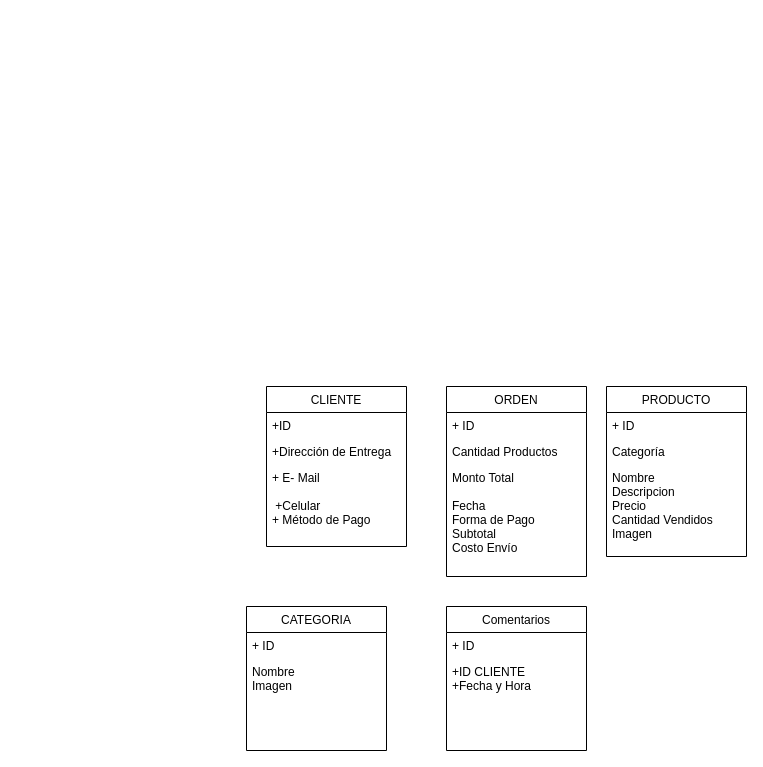
renzodang/renzodang.github.io keeps this draw.io diagram as Diagrama sin título.drawio. Above is the earlier version. Source tidied: cells renumbered, new cells numbered last; positions are measured from the earlier drawing's top-left corner, leaving out a move shared by most shapes. Both pictures are drawn from the tidied source at 100%, with x=0, y=0 at pixel (246, 386).
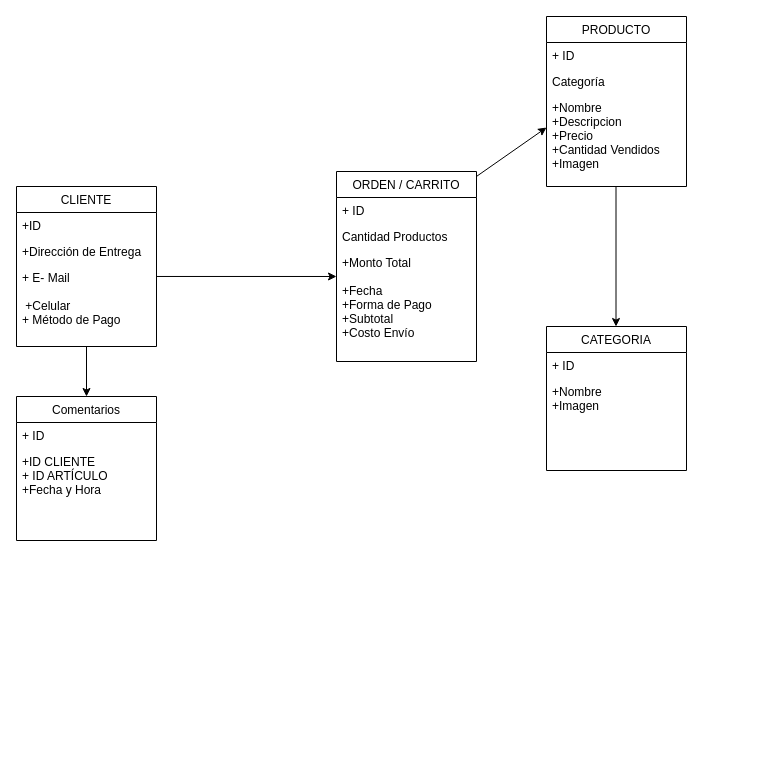
After the change.

The change refers to these unchanged cells:
```xml
<mxCell id="5" value="+ E- Mail&#10;&#10; +Celular&#10;+ Método de Pago" style="text;strokeColor=none;fillColor=none;align=left;verticalAlign=top;spacingLeft=4;spacingRight=4;overflow=hidden;points=[[0,0.5],[1,0.5]];portConstraint=eastwest;" parent="2" vertex="1">
  <mxGeometry y="78" width="140" height="82" as="geometry" />
</mxCell>
```

The edit, as a diff of the source:
```diff
@@
     <mxCell id="2" value="CLIENTE" style="swimlane;fontStyle=0;horizontal=1;startSize=26;fillColor=none;" parent="1" vertex="1">
-      <mxGeometry x="20" width="140" height="160" as="geometry" />
+      <mxGeometry x="-230" y="-200" width="140" height="160" as="geometry" />
     </mxCell>
@@
-    <mxCell id="6" value="ORDEN" style="swimlane;fontStyle=0;horizontal=1;startSize=26;fillColor=none;" parent="1" vertex="1">
-      <mxGeometry x="200" width="140" height="190" as="geometry" />
+    <mxCell id="6" value="ORDEN / CARRITO" style="swimlane;fontStyle=0;horizontal=1;startSize=26;fillColor=none;" parent="1" vertex="1">
+      <mxGeometry x="90" y="-215" width="140" height="190" as="geometry" />
     </mxCell>
@@
-    <mxCell id="9" value="Monto Total&#10;&#10;Fecha&#10;Forma de Pago&#10;Subtotal&#10;Costo Envío" style="text;strokeColor=none;fillColor=none;align=left;verticalAlign=top;spacingLeft=4;spacingRight=4;overflow=hidden;points=[[0,0.5],[1,0.5]];portConstraint=eastwest;" parent="6" vertex="1">
+    <mxCell id="9" value="+Monto Total&#10;&#10;+Fecha&#10;+Forma de Pago&#10;+Subtotal&#10;+Costo Envío" style="text;strokeColor=none;fillColor=none;align=left;verticalAlign=top;spacingLeft=4;spacingRight=4;overflow=hidden;points=[[0,0.5],[1,0.5]];portConstraint=eastwest;" parent="6" vertex="1">
       <mxGeometry y="78" width="140" height="112" as="geometry" />
     </mxCell>
     <mxCell id="10" value="PRODUCTO" style="swimlane;fontStyle=0;horizontal=1;startSize=26;fillColor=none;" parent="1" vertex="1">
-      <mxGeometry x="360" width="140" height="170" as="geometry" />
+      <mxGeometry x="300" y="-370" width="140" height="170" as="geometry" />
     </mxCell>
@@
-    <mxCell id="13" value="Nombre&#10;Descripcion&#10;Precio&#10;Cantidad Vendidos&#10;Imagen" style="text;strokeColor=none;fillColor=none;align=left;verticalAlign=top;spacingLeft=4;spacingRight=4;overflow=hidden;points=[[0,0.5],[1,0.5]];portConstraint=eastwest;" parent="10" vertex="1">
+    <mxCell id="13" value="+Nombre&#10;+Descripcion&#10;+Precio&#10;+Cantidad Vendidos&#10;+Imagen" style="text;strokeColor=none;fillColor=none;align=left;verticalAlign=top;spacingLeft=4;spacingRight=4;overflow=hidden;points=[[0,0.5],[1,0.5]];portConstraint=eastwest;" parent="10" vertex="1">
       <mxGeometry y="78" width="140" height="92" as="geometry" />
     </mxCell>
     <mxCell id="14" value="CATEGORIA" style="swimlane;fontStyle=0;horizontal=1;startSize=26;fillColor=none;" parent="1" vertex="1">
-      <mxGeometry y="220" width="140" height="144" as="geometry" />
+      <mxGeometry x="300" y="-60" width="140" height="144" as="geometry" />
     </mxCell>
@@
-    <mxCell id="16" value="Nombre&#10;Imagen" style="text;strokeColor=none;fillColor=none;align=left;verticalAlign=top;spacingLeft=4;spacingRight=4;overflow=hidden;" parent="14" vertex="1">
+    <mxCell id="16" value="+Nombre&#10;+Imagen" style="text;strokeColor=none;fillColor=none;align=left;verticalAlign=top;spacingLeft=4;spacingRight=4;overflow=hidden;" parent="14" vertex="1">
       <mxGeometry y="52" width="140" height="92" as="geometry" />
     </mxCell>
     <mxCell id="17" value="Comentarios" style="swimlane;fontStyle=0;horizontal=1;startSize=26;fillColor=none;" parent="1" vertex="1">
-      <mxGeometry x="200" y="220" width="140" height="144" as="geometry" />
+      <mxGeometry x="-230" y="10" width="140" height="144" as="geometry" />
     </mxCell>
@@
-    <mxCell id="19" value="+ID CLIENTE&#10;+Fecha y Hora&#10;" style="text;strokeColor=none;fillColor=none;align=left;verticalAlign=top;spacingLeft=4;spacingRight=4;overflow=hidden;" parent="17" vertex="1">
+    <mxCell id="19" value="+ID CLIENTE&#10;+ ID ARTÍCULO&#10;+Fecha y Hora" style="text;strokeColor=none;fillColor=none;align=left;verticalAlign=top;spacingLeft=4;spacingRight=4;overflow=hidden;" parent="17" vertex="1">
       <mxGeometry y="52" width="140" height="92" as="geometry" />
     </mxCell>
+    <mxCell id="20" style="endArrow=classic;html=1;rounded=0;exitX=1;exitY=0.146;exitDx=0;exitDy=0;exitPerimeter=0;entryX=0;entryY=0.241;entryDx=0;entryDy=0;entryPerimeter=0;" parent="1" edge="1" source="5" target="9">
+      <mxGeometry relative="1" as="geometry" />
+    </mxCell>
+    <mxCell id="21" style="endArrow=classic;html=1;rounded=0;exitX=1;exitY=0.026;exitDx=0;exitDy=0;exitPerimeter=0;entryX=0;entryY=0.359;entryDx=0;entryDy=0;entryPerimeter=0;" parent="1" edge="1" source="6" target="13">
+      <mxGeometry relative="1" as="geometry" />
+    </mxCell>
+    <mxCell id="22" style="endArrow=classic;html=1;rounded=0;entryX=0.5;entryY=0;entryDx=0;entryDy=0;" parent="1" edge="1" target="17">
+      <mxGeometry relative="1" as="geometry">
+        <mxPoint x="-160" y="-40" as="sourcePoint" />
+      </mxGeometry>
+    </mxCell>
+    <mxCell id="23" style="endArrow=classic;html=1;rounded=0;" parent="1" edge="1">
+      <mxGeometry relative="1" as="geometry">
+        <mxPoint x="369.5" y="-200" as="sourcePoint" />
+        <mxPoint x="369.5" y="-60" as="targetPoint" />
+      </mxGeometry>
+    </mxCell>
```
